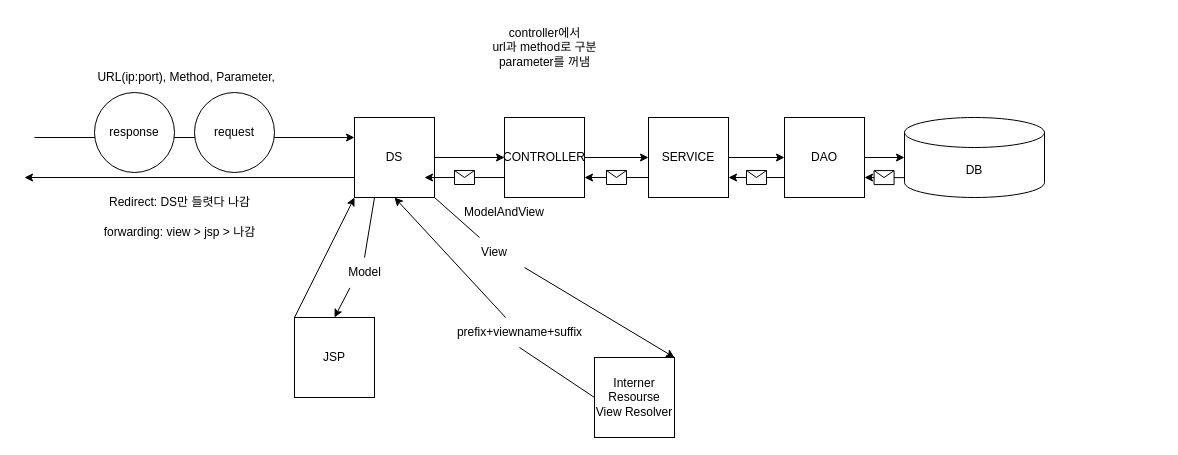
This is page "페이지-1" (1 of 3) of 제목 없는 다이어그램.drawio from gmdiaal/GDJ60_SPRING, a draw.io file, before an edit. Source tidied: cells renumbered, new cells numbered last; positions are measured from the earlier drawing's top-left corner, leaving out a move shared by most shapes. Both pictures are drawn from the tidied source at 100%, with x=0, y=0 at pixel (24, 17).
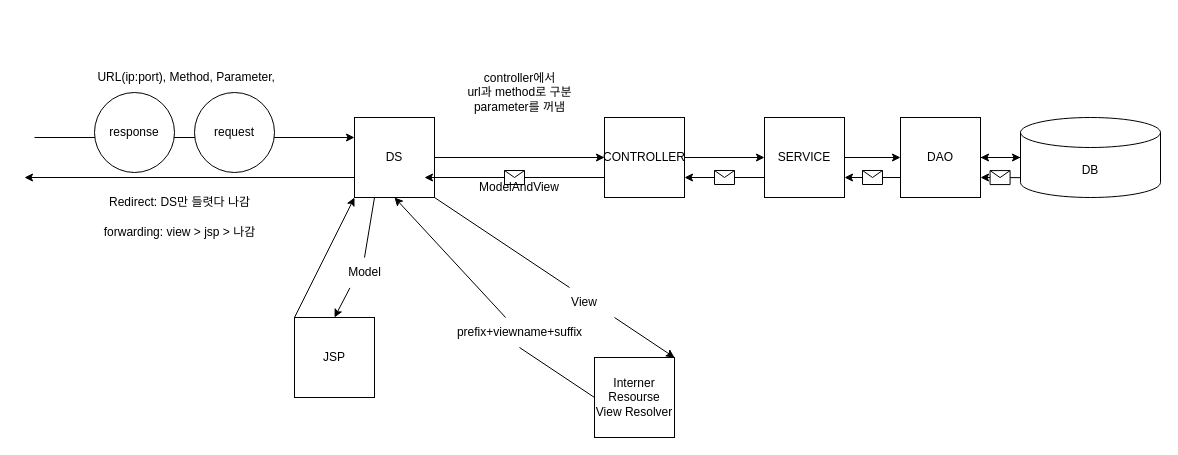
After the change.

Commit message:
제목 없는 다이어그램.drawio 업데이트

What changed in the source:
```diff
@@
+    <mxCell id="41" style="edgeStyle=orthogonalEdgeStyle;rounded=0;jettySize=auto;html=1;" parent="1" edge="1" source="2" target="4">
+      <mxGeometry relative="1" as="geometry" />
+    </mxCell>
     <mxCell id="2" value="DB" style="shape=cylinder3;whiteSpace=wrap;html=1;boundedLbl=1;backgroundOutline=1;size=15;" parent="1" vertex="1">
-      <mxGeometry x="880" y="100" width="140" height="80" as="geometry" />
+      <mxGeometry x="996" y="100" width="140" height="80" as="geometry" />
     </mxCell>
@@
     <mxCell id="4" value="DAO" style="whiteSpace=wrap;html=1;" parent="1" vertex="1">
-      <mxGeometry x="760" y="100" width="80" height="80" as="geometry" />
+      <mxGeometry x="876" y="100" width="80" height="80" as="geometry" />
     </mxCell>
@@
     <mxCell id="6" value="SERVICE" style="whiteSpace=wrap;html=1;" parent="1" vertex="1">
-      <mxGeometry x="624" y="100" width="80" height="80" as="geometry" />
+      <mxGeometry x="740" y="100" width="80" height="80" as="geometry" />
     </mxCell>
@@
     <mxCell id="8" value="CONTROLLER" style="whiteSpace=wrap;html=1;" parent="1" vertex="1">
-      <mxGeometry x="480" y="100" width="80" height="80" as="geometry" />
+      <mxGeometry x="580" y="100" width="80" height="80" as="geometry" />
     </mxCell>
@@
     <mxCell id="21" value="ModelAndView" style="text;html=1;strokeColor=none;fillColor=none;align=center;verticalAlign=middle;whiteSpace=wrap;rounded=0;" parent="1" vertex="1">
-      <mxGeometry x="450" y="180" width="60" height="30" as="geometry" />
+      <mxGeometry x="465" y="155" width="60" height="30" as="geometry" />
     </mxCell>
@@
     <mxCell id="30" value="View" style="text;html=1;strokeColor=none;fillColor=none;align=center;verticalAlign=middle;whiteSpace=wrap;rounded=0;" parent="1" vertex="1">
-      <mxGeometry x="440" y="220" width="60" height="30" as="geometry" />
+      <mxGeometry x="530" y="270" width="60" height="30" as="geometry" />
     </mxCell>
@@
     <mxCell id="38" value="controller에서&lt;br&gt;url과 method로 구분&lt;br&gt;parameter를 꺼냄" style="text;html=1;align=center;verticalAlign=middle;strokeColor=none;fillColor=none;" parent="1" vertex="1">
-      <mxGeometry x="455" width="130" height="60" as="geometry" />
+      <mxGeometry x="430" y="45" width="130" height="60" as="geometry" />
     </mxCell>
```
